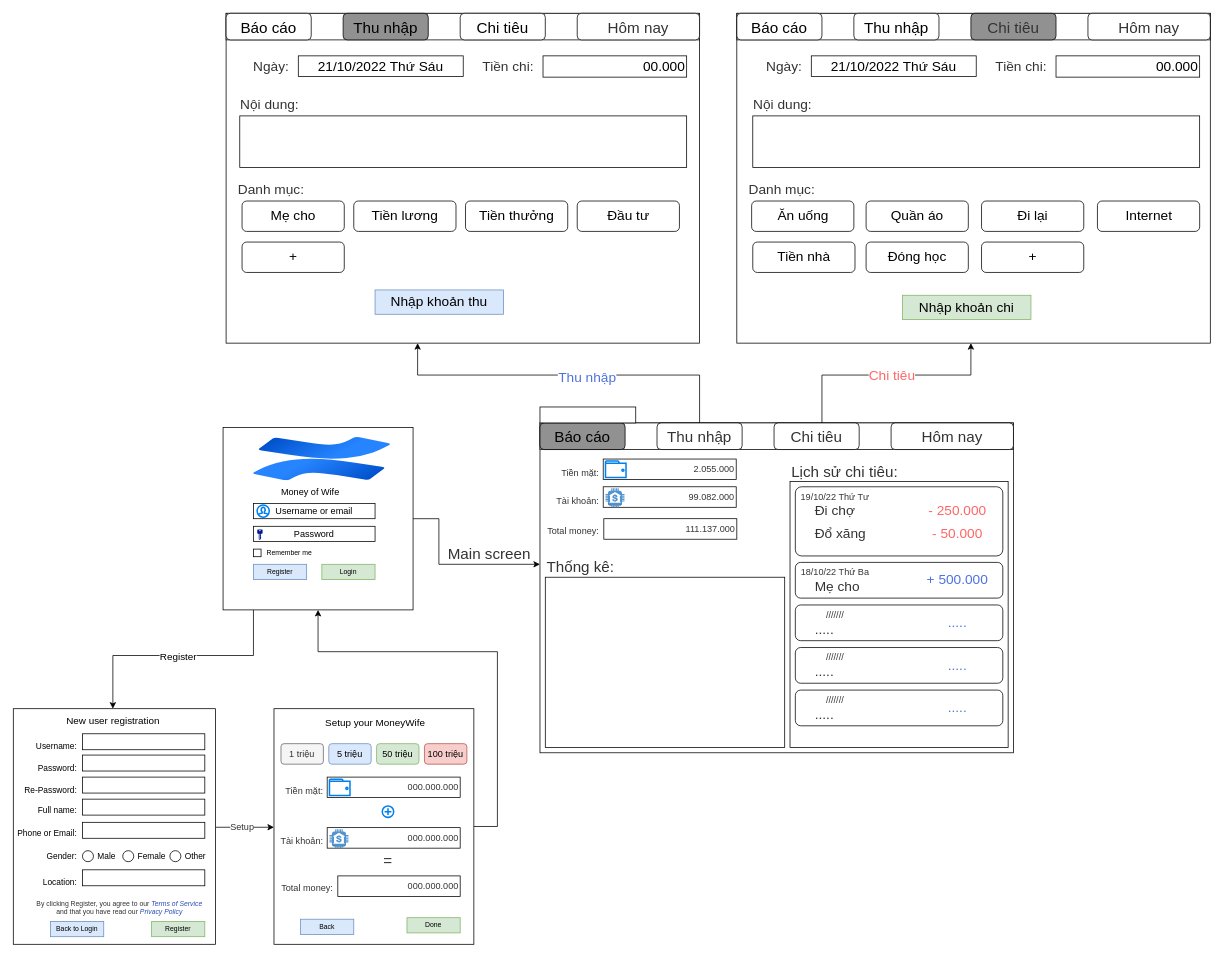
Above: ProjectPRN.drawio in OaiPbHE150516/ProjectPRN (draw.io), before the change. Source tidied: cells renumbered, new cells numbered last; positions are measured from the earlier drawing's top-left corner, leaving out a move shared by most shapes. Both pictures are drawn from the tidied source at 76%, with x=0, y=0 at pixel (13, 13).
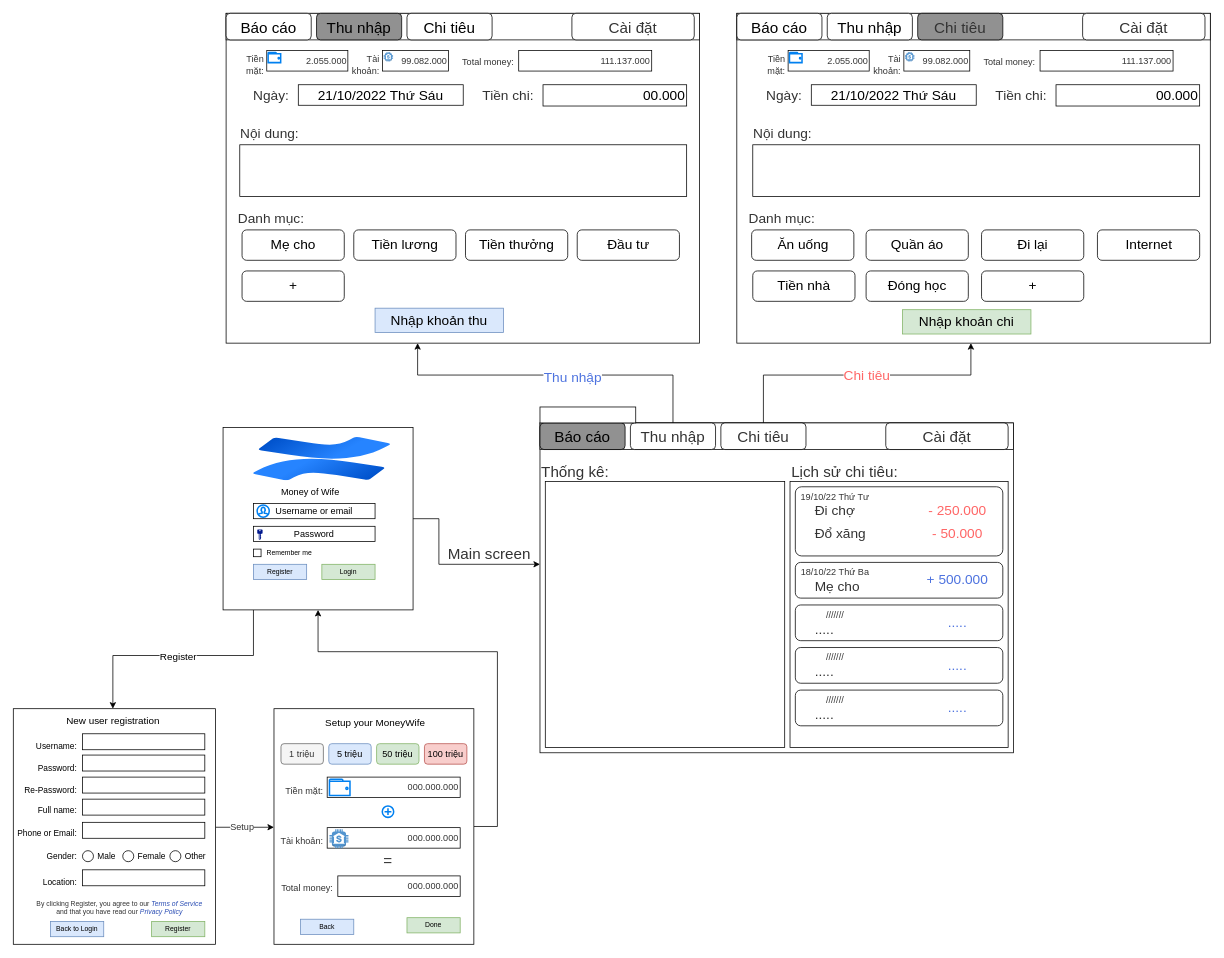
The same diagram, later.

Unchanged cells that the change refers to:
```xml
<mxCell id="72" style="rounded=0;whiteSpace=wrap;html=1;" parent="1" vertex="1">
  <mxGeometry x="693" y="539" width="623" height="434" as="geometry" />
</mxCell>
<mxCell id="121" style="group;" parent="1" vertex="1">
  <mxGeometry x="280" width="623" height="434" as="geometry" />
</mxCell>
<mxCell id="122" style="rounded=0;whiteSpace=wrap;html=1;" parent="121" vertex="1">
  <mxGeometry width="623" height="434" as="geometry" />
</mxCell>
<mxCell id="123" style="group;" parent="121" vertex="1">
  <mxGeometry width="623" height="35" as="geometry" />
</mxCell>
<mxCell id="145" style="rounded=0;whiteSpace=wrap;html=1;" parent="1" vertex="1">
  <mxGeometry x="952" width="623" height="434" as="geometry" />
</mxCell>
<mxCell id="146" style="group;" parent="1" vertex="1">
  <mxGeometry x="952" width="623" height="35" as="geometry" />
</mxCell>
```

What changed in the source:
```diff
@@
     <mxCell id="68" style="edgeStyle=orthogonalEdgeStyle;rounded=0;jettySize=auto;html=1;fontSize=18;fontColor=#4E73DF;" parent="1" edge="1" source="72" target="145">
       <mxGeometry relative="1" as="geometry">
         <Array as="points">
-          <mxPoint x="1064" y="476" />
+          <mxPoint x="987" y="476" />
           <mxPoint x="1260" y="476" />
         </Array>
       </mxGeometry>
     </mxCell>
@@
     <mxCell id="70" style="edgeStyle=orthogonalEdgeStyle;rounded=0;jettySize=auto;html=1;fontSize=18;fontColor=#4E73DF;" parent="1" edge="1" source="72" target="122">
       <mxGeometry relative="1" as="geometry">
         <Array as="points">
-          <mxPoint x="903" y="476" />
+          <mxPoint x="868" y="476" />
           <mxPoint x="532" y="476" />
         </Array>
       </mxGeometry>
     </mxCell>
@@
     <mxCell id="75" value="Thu nhập" style="rounded=1;whiteSpace=wrap;html=1;fontSize=20;fontColor=#333333;" parent="1" vertex="1">
-      <mxGeometry x="847" y="539" width="112" height="35" as="geometry" />
+      <mxGeometry x="812" y="539" width="112" height="35" as="geometry" />
     </mxCell>
     <mxCell id="76" value="Chi tiêu" style="rounded=1;whiteSpace=wrap;html=1;fontSize=20;fontColor=#333333;" parent="1" vertex="1">
-      <mxGeometry x="1001" y="539" width="112" height="35" as="geometry" />
+      <mxGeometry x="931" y="539" width="112" height="35" as="geometry" />
     </mxCell>
@@
-    <mxCell id="79" value="Hôm nay" style="rounded=1;whiteSpace=wrap;html=1;fontSize=20;fontColor=#333333;" parent="1" vertex="1">
-      <mxGeometry x="1155" y="539" width="161" height="35" as="geometry" />
+    <mxCell id="79" value="Cài đặt" style="rounded=1;whiteSpace=wrap;html=1;fontSize=20;fontColor=#333333;" parent="1" vertex="1">
+      <mxGeometry x="1148" y="539" width="161" height="35" as="geometry" />
     </mxCell>
-    <mxCell id="80" style="group;" parent="1" vertex="1">
-      <mxGeometry x="700" y="586.5" width="251.2" height="28.5" as="geometry" />
-    </mxCell>
-    <mxCell id="81" value="2.055.000" style="rounded=0;whiteSpace=wrap;html=1;fontSize=12;fontColor=#333333;align=right;" parent="80" vertex="1">
-      <mxGeometry x="76.2" width="175" height="27" as="geometry" />
-    </mxCell>
-    <mxCell id="82" style="html=1;verticalLabelPosition=bottom;align=center;labelBackgroundColor=#ffffff;verticalAlign=top;strokeWidth=2;strokeColor=#0080F0;shadow=0;dashed=0;shape=mxgraph.ios7.icons.wallet;fontSize=12;fontColor=#333333;" parent="80" vertex="1">
-      <mxGeometry x="79.2" y="2.7" width="27" height="21.6" as="geometry" />
-    </mxCell>
-    <mxCell id="83" value="Tiền mặt:" style="text;html=1;strokeColor=none;fillColor=none;align=right;verticalAlign=middle;whiteSpace=wrap;rounded=0;fontSize=12;fontColor=#333333;" parent="80" vertex="1">
-      <mxGeometry y="8.5" width="73" height="20" as="geometry" />
-    </mxCell>
-    <mxCell id="84" style="group;" parent="1" vertex="1">
-      <mxGeometry x="700" y="623" width="251.2" height="28.5" as="geometry" />
-    </mxCell>
-    <mxCell id="85" value="99.082.000" style="rounded=0;whiteSpace=wrap;html=1;fontSize=12;fontColor=#333333;align=right;" parent="84" vertex="1">
-      <mxGeometry x="76.2" width="175" height="27" as="geometry" />
-    </mxCell>
-    <mxCell id="86" value="Tài khoản:" style="text;html=1;strokeColor=none;fillColor=none;align=right;verticalAlign=middle;whiteSpace=wrap;rounded=0;fontSize=12;fontColor=#333333;" parent="84" vertex="1">
-      <mxGeometry y="8.5" width="73" height="20" as="geometry" />
-    </mxCell>
-    <mxCell id="87" style="dashed=0;verticalLabelPosition=bottom;verticalAlign=top;align=center;html=1;shape=mxgraph.aws3.bank;fillColor=#5294CF;gradientColor=none;fontSize=12;fontColor=#333333;" parent="84" vertex="1">
-      <mxGeometry x="79.2" y="2" width="25" height="25" as="geometry" />
-    </mxCell>
-    <mxCell id="88" style="group;" parent="1" vertex="1">
-      <mxGeometry x="700" y="665" width="252" height="27" as="geometry" />
-    </mxCell>
-    <mxCell id="89" value="111.137.000" style="rounded=0;whiteSpace=wrap;html=1;fontSize=12;fontColor=#333333;align=right;" parent="88" vertex="1">
-      <mxGeometry x="77" width="175" height="27" as="geometry" />
-    </mxCell>
-    <mxCell id="90" value="Total money:" style="text;html=1;strokeColor=none;fillColor=none;align=right;verticalAlign=middle;whiteSpace=wrap;rounded=0;fontSize=12;fontColor=#333333;" parent="88" vertex="1">
-      <mxGeometry y="6" width="73" height="20" as="geometry" />
-    </mxCell>
@@
     <mxCell id="93" style="rounded=0;whiteSpace=wrap;html=1;fontSize=20;fontColor=#333333;fillColor=#FFFFFF;" parent="1" vertex="1">
-      <mxGeometry x="700" y="742" width="315" height="224" as="geometry" />
+      <mxGeometry x="700" y="616" width="315" height="350" as="geometry" />
     </mxCell>
     <mxCell id="94" value="Thống kê:" style="text;html=1;strokeColor=none;fillColor=none;align=left;verticalAlign=middle;whiteSpace=wrap;rounded=0;fontSize=20;fontColor=#333333;" parent="1" vertex="1">
-      <mxGeometry x="700" y="712" width="175" height="30" as="geometry" />
+      <mxGeometry x="693" y="586.5" width="175" height="30" as="geometry" />
     </mxCell>
@@
     <mxCell id="125" value="Thu nhập" style="rounded=1;whiteSpace=wrap;html=1;fontSize=20;fillColor=#919191;" parent="123" vertex="1">
-      <mxGeometry x="154" width="112" height="35" as="geometry" />
+      <mxGeometry x="119" width="112" height="35" as="geometry" />
     </mxCell>
     <mxCell id="126" value="Chi tiêu" style="rounded=1;whiteSpace=wrap;html=1;fontSize=20;" parent="123" vertex="1">
-      <mxGeometry x="308" width="112" height="35" as="geometry" />
+      <mxGeometry x="238" width="112" height="35" as="geometry" />
     </mxCell>
@@
-    <mxCell id="128" value="Hôm nay" style="rounded=1;whiteSpace=wrap;html=1;fontSize=20;fontColor=#333333;" parent="123" vertex="1">
-      <mxGeometry x="462" width="161" height="35" as="geometry" />
+    <mxCell id="128" value="Cài đặt" style="rounded=1;whiteSpace=wrap;html=1;fontSize=20;fontColor=#333333;" parent="123" vertex="1">
+      <mxGeometry x="455" width="161" height="35" as="geometry" />
     </mxCell>
     <mxCell id="129" value="Mẹ cho" style="rounded=1;whiteSpace=wrap;html=1;fontSize=18;" parent="121" vertex="1">
-      <mxGeometry x="21" y="247" width="134.5" height="40" as="geometry" />
+      <mxGeometry x="21" y="285" width="134.5" height="40" as="geometry" />
     </mxCell>
     <mxCell id="130" style="group;" parent="121" vertex="1">
-      <mxGeometry x="25" y="56" width="287" height="30" as="geometry" />
+      <mxGeometry x="25" y="94" width="287" height="30" as="geometry" />
     </mxCell>
@@
     <mxCell id="133" style="group;" parent="121" vertex="1">
-      <mxGeometry x="326" y="56" width="280" height="30" as="geometry" />
+      <mxGeometry x="326" y="94" width="280" height="30" as="geometry" />
     </mxCell>
@@
     <mxCell id="136" style="group;" parent="121" vertex="1">
-      <mxGeometry x="9" y="105" width="597" height="98" as="geometry" />
+      <mxGeometry x="9" y="143" width="597" height="98" as="geometry" />
     </mxCell>
@@
     <mxCell id="139" value="Danh mục:" style="text;html=1;strokeColor=none;fillColor=none;align=right;verticalAlign=middle;whiteSpace=wrap;rounded=0;fontSize=18;fontColor=#333333;" parent="121" vertex="1">
-      <mxGeometry y="217" width="105" height="30" as="geometry" />
+      <mxGeometry y="255" width="105" height="30" as="geometry" />
     </mxCell>
     <mxCell id="140" value="Tiền lương" style="rounded=1;whiteSpace=wrap;html=1;fontSize=18;" parent="121" vertex="1">
-      <mxGeometry x="168" y="247" width="134.5" height="40" as="geometry" />
+      <mxGeometry x="168" y="285" width="134.5" height="40" as="geometry" />
     </mxCell>
     <mxCell id="141" value="Tiền thưởng" style="rounded=1;whiteSpace=wrap;html=1;fontSize=18;" parent="121" vertex="1">
-      <mxGeometry x="315" y="247" width="134.5" height="40" as="geometry" />
+      <mxGeometry x="315" y="285" width="134.5" height="40" as="geometry" />
     </mxCell>
     <mxCell id="142" value="Đầu tư" style="rounded=1;whiteSpace=wrap;html=1;fontSize=18;" parent="121" vertex="1">
-      <mxGeometry x="462" y="247" width="134.5" height="40" as="geometry" />
+      <mxGeometry x="462" y="285" width="134.5" height="40" as="geometry" />
     </mxCell>
     <mxCell id="143" value="+" style="rounded=1;whiteSpace=wrap;html=1;fontSize=18;" parent="121" vertex="1">
-      <mxGeometry x="21" y="301" width="134.5" height="40" as="geometry" />
+      <mxGeometry x="21" y="339" width="134.5" height="40" as="geometry" />
     </mxCell>
     <mxCell id="144" value="Nhập khoản thu" style="rounded=0;whiteSpace=wrap;html=1;fontSize=18;fillColor=#dae8fc;strokeColor=#6c8ebf;" parent="121" vertex="1">
-      <mxGeometry x="196" y="364" width="169" height="32" as="geometry" />
+      <mxGeometry x="196" y="388" width="169" height="32" as="geometry" />
     </mxCell>
+    <mxCell id="170" style="group;" parent="121" vertex="1">
+      <mxGeometry x="7" y="49" width="153.2" height="28.5" as="geometry" />
+    </mxCell>
+    <mxCell id="171" value="2.055.000" style="rounded=0;whiteSpace=wrap;html=1;fontSize=12;fontColor=#333333;align=right;" parent="170" vertex="1">
+      <mxGeometry x="46.5" width="106.7" height="27" as="geometry" />
+    </mxCell>
+    <mxCell id="172" style="html=1;verticalLabelPosition=bottom;align=center;labelBackgroundColor=#ffffff;verticalAlign=top;strokeWidth=2;strokeColor=#0080F0;shadow=0;dashed=0;shape=mxgraph.ios7.icons.wallet;fontSize=12;fontColor=#333333;" parent="170" vertex="1">
+      <mxGeometry x="48.3" y="2.7" width="16.5" height="13.2" as="geometry" />
+    </mxCell>
+    <mxCell id="173" value="Tiền mặt:" style="text;html=1;strokeColor=none;fillColor=none;align=right;verticalAlign=middle;whiteSpace=wrap;rounded=0;fontSize=12;fontColor=#333333;" parent="170" vertex="1">
+      <mxGeometry y="8.5" width="44.5" height="20" as="geometry" />
+    </mxCell>
+    <mxCell id="174" style="group;" parent="121" vertex="1">
+      <mxGeometry x="168" y="49" width="124.5" height="28.5" as="geometry" />
+    </mxCell>
+    <mxCell id="175" value="99.082.000" style="rounded=0;whiteSpace=wrap;html=1;fontSize=12;fontColor=#333333;align=right;" parent="174" vertex="1">
+      <mxGeometry x="37.8" width="86.7" height="27" as="geometry" />
+    </mxCell>
+    <mxCell id="176" value="Tài khoản:" style="text;html=1;strokeColor=none;fillColor=none;align=right;verticalAlign=middle;whiteSpace=wrap;rounded=0;fontSize=12;fontColor=#333333;" parent="174" vertex="1">
+      <mxGeometry y="8.5" width="36.2" height="20" as="geometry" />
+    </mxCell>
+    <mxCell id="177" style="dashed=0;verticalLabelPosition=bottom;verticalAlign=top;align=center;html=1;shape=mxgraph.aws3.bank;fillColor=#5294CF;gradientColor=none;fontSize=12;fontColor=#333333;" parent="174" vertex="1">
+      <mxGeometry x="39.3" y="2" width="12.4" height="12.4" as="geometry" />
+    </mxCell>
+    <mxCell id="178" style="group;" parent="121" vertex="1">
+      <mxGeometry x="308" y="49" width="252" height="27" as="geometry" />
+    </mxCell>
+    <mxCell id="179" value="111.137.000" style="rounded=0;whiteSpace=wrap;html=1;fontSize=12;fontColor=#333333;align=right;" parent="178" vertex="1">
+      <mxGeometry x="77" width="175" height="27" as="geometry" />
+    </mxCell>
+    <mxCell id="180" value="Total money:" style="text;html=1;strokeColor=none;fillColor=none;align=right;verticalAlign=middle;whiteSpace=wrap;rounded=0;fontSize=12;fontColor=#333333;" parent="178" vertex="1">
+      <mxGeometry y="6" width="73" height="20" as="geometry" />
+    </mxCell>
@@
     <mxCell id="148" value="Thu nhập" style="rounded=1;whiteSpace=wrap;html=1;fontSize=20;" parent="146" vertex="1">
-      <mxGeometry x="154" width="112" height="35" as="geometry" />
+      <mxGeometry x="119" width="112" height="35" as="geometry" />
     </mxCell>
     <mxCell id="149" value="Chi tiêu" style="rounded=1;whiteSpace=wrap;html=1;fontSize=20;fontColor=#333333;fillColor=#919191;" parent="146" vertex="1">
-      <mxGeometry x="308" width="112" height="35" as="geometry" />
+      <mxGeometry x="238" width="112" height="35" as="geometry" />
     </mxCell>
@@
-    <mxCell id="151" value="Hôm nay" style="rounded=1;whiteSpace=wrap;html=1;fontSize=20;fontColor=#333333;" parent="146" vertex="1">
-      <mxGeometry x="462" width="161" height="35" as="geometry" />
+    <mxCell id="151" value="Cài đặt" style="rounded=1;whiteSpace=wrap;html=1;fontSize=20;fontColor=#333333;" parent="146" vertex="1">
+      <mxGeometry x="455" width="161" height="35" as="geometry" />
     </mxCell>
     <mxCell id="152" value="Danh mục:" style="text;html=1;strokeColor=none;fillColor=none;align=right;verticalAlign=middle;whiteSpace=wrap;rounded=0;fontSize=18;fontColor=#333333;" parent="1" vertex="1">
-      <mxGeometry x="952" y="217" width="105" height="30" as="geometry" />
+      <mxGeometry x="952" y="255" width="105" height="30" as="geometry" />
     </mxCell>
     <mxCell id="153" value="Ăn uống" style="rounded=1;whiteSpace=wrap;html=1;fontSize=18;" parent="1" vertex="1">
-      <mxGeometry x="971.5" y="247" width="134.5" height="40" as="geometry" />
+      <mxGeometry x="971.5" y="285" width="134.5" height="40" as="geometry" />
     </mxCell>
     <mxCell id="154" value="Quần áo" style="rounded=1;whiteSpace=wrap;html=1;fontSize=18;" parent="1" vertex="1">
-      <mxGeometry x="1122.1" y="247" width="134.5" height="40" as="geometry" />
+      <mxGeometry x="1122.1" y="285" width="134.5" height="40" as="geometry" />
     </mxCell>
     <mxCell id="155" value="Đi lại" style="rounded=1;whiteSpace=wrap;html=1;fontSize=18;" parent="1" vertex="1">
-      <mxGeometry x="1274" y="247" width="134.5" height="40" as="geometry" />
+      <mxGeometry x="1274" y="285" width="134.5" height="40" as="geometry" />
     </mxCell>
     <mxCell id="156" value="Internet" style="rounded=1;whiteSpace=wrap;html=1;fontSize=18;" parent="1" vertex="1">
-      <mxGeometry x="1426.5" y="247" width="134.5" height="40" as="geometry" />
+      <mxGeometry x="1426.5" y="285" width="134.5" height="40" as="geometry" />
     </mxCell>
     <mxCell id="157" value="Tiền nhà" style="rounded=1;whiteSpace=wrap;html=1;fontSize=18;" parent="1" vertex="1">
-      <mxGeometry x="973" y="301" width="134.5" height="40" as="geometry" />
+      <mxGeometry x="973" y="339" width="134.5" height="40" as="geometry" />
     </mxCell>
     <mxCell id="158" value="Đóng học" style="rounded=1;whiteSpace=wrap;html=1;fontSize=18;" parent="1" vertex="1">
-      <mxGeometry x="1122.1" y="301" width="134.5" height="40" as="geometry" />
+      <mxGeometry x="1122.1" y="339" width="134.5" height="40" as="geometry" />
     </mxCell>
     <mxCell id="159" value="+" style="rounded=1;whiteSpace=wrap;html=1;fontSize=18;" parent="1" vertex="1">
-      <mxGeometry x="1274" y="301" width="134.5" height="40" as="geometry" />
+      <mxGeometry x="1274" y="339" width="134.5" height="40" as="geometry" />
     </mxCell>
     <mxCell id="160" value="Nhập khoản chi" style="rounded=0;whiteSpace=wrap;html=1;fontSize=18;fillColor=#d5e8d4;strokeColor=#82b366;" parent="1" vertex="1">
-      <mxGeometry x="1170" y="371" width="169" height="32" as="geometry" />
+      <mxGeometry x="1170" y="390" width="169" height="32" as="geometry" />
     </mxCell>
     <mxCell id="161" style="group;" parent="1" vertex="1">
-      <mxGeometry x="980" y="56" width="287" height="30" as="geometry" />
+      <mxGeometry x="980" y="94" width="287" height="30" as="geometry" />
     </mxCell>
@@
     <mxCell id="164" style="group;" parent="1" vertex="1">
-      <mxGeometry x="1281" y="56" width="280" height="30" as="geometry" />
+      <mxGeometry x="1281" y="94" width="280" height="30" as="geometry" />
     </mxCell>
@@
     <mxCell id="167" style="group;" parent="1" vertex="1">
-      <mxGeometry x="964" y="105" width="597" height="98" as="geometry" />
+      <mxGeometry x="964" y="143" width="597" height="98" as="geometry" />
     </mxCell>
@@
+    <mxCell id="181" style="group;" parent="1" vertex="1">
+      <mxGeometry x="973" y="49" width="153.2" height="28.5" as="geometry" />
+    </mxCell>
+    <mxCell id="182" value="2.055.000" style="rounded=0;whiteSpace=wrap;html=1;fontSize=12;fontColor=#333333;align=right;" parent="181" vertex="1">
+      <mxGeometry x="46.5" width="106.7" height="27" as="geometry" />
+    </mxCell>
+    <mxCell id="183" style="html=1;verticalLabelPosition=bottom;align=center;labelBackgroundColor=#ffffff;verticalAlign=top;strokeWidth=2;strokeColor=#0080F0;shadow=0;dashed=0;shape=mxgraph.ios7.icons.wallet;fontSize=12;fontColor=#333333;" parent="181" vertex="1">
+      <mxGeometry x="48.3" y="2.7" width="16.5" height="13.2" as="geometry" />
+    </mxCell>
+    <mxCell id="184" value="Tiền mặt:" style="text;html=1;strokeColor=none;fillColor=none;align=right;verticalAlign=middle;whiteSpace=wrap;rounded=0;fontSize=12;fontColor=#333333;" parent="181" vertex="1">
+      <mxGeometry y="8.5" width="44.5" height="20" as="geometry" />
+    </mxCell>
+    <mxCell id="185" style="group;" parent="1" vertex="1">
+      <mxGeometry x="1134" y="49" width="124.5" height="28.5" as="geometry" />
+    </mxCell>
+    <mxCell id="186" value="99.082.000" style="rounded=0;whiteSpace=wrap;html=1;fontSize=12;fontColor=#333333;align=right;" parent="185" vertex="1">
+      <mxGeometry x="37.8" width="86.7" height="27" as="geometry" />
+    </mxCell>
+    <mxCell id="187" value="Tài khoản:" style="text;html=1;strokeColor=none;fillColor=none;align=right;verticalAlign=middle;whiteSpace=wrap;rounded=0;fontSize=12;fontColor=#333333;" parent="185" vertex="1">
+      <mxGeometry y="8.5" width="36.2" height="20" as="geometry" />
+    </mxCell>
+    <mxCell id="188" style="dashed=0;verticalLabelPosition=bottom;verticalAlign=top;align=center;html=1;shape=mxgraph.aws3.bank;fillColor=#5294CF;gradientColor=none;fontSize=12;fontColor=#333333;" parent="185" vertex="1">
+      <mxGeometry x="39.3" y="2" width="12.4" height="12.4" as="geometry" />
+    </mxCell>
+    <mxCell id="189" style="group;" parent="1" vertex="1">
+      <mxGeometry x="1274" y="49" width="252" height="27" as="geometry" />
+    </mxCell>
+    <mxCell id="190" value="111.137.000" style="rounded=0;whiteSpace=wrap;html=1;fontSize=12;fontColor=#333333;align=right;" parent="189" vertex="1">
+      <mxGeometry x="77" width="175" height="27" as="geometry" />
+    </mxCell>
+    <mxCell id="191" value="Total money:" style="text;html=1;strokeColor=none;fillColor=none;align=right;verticalAlign=middle;whiteSpace=wrap;rounded=0;fontSize=12;fontColor=#333333;" parent="189" vertex="1">
+      <mxGeometry y="6" width="73" height="20" as="geometry" />
+    </mxCell>
```
